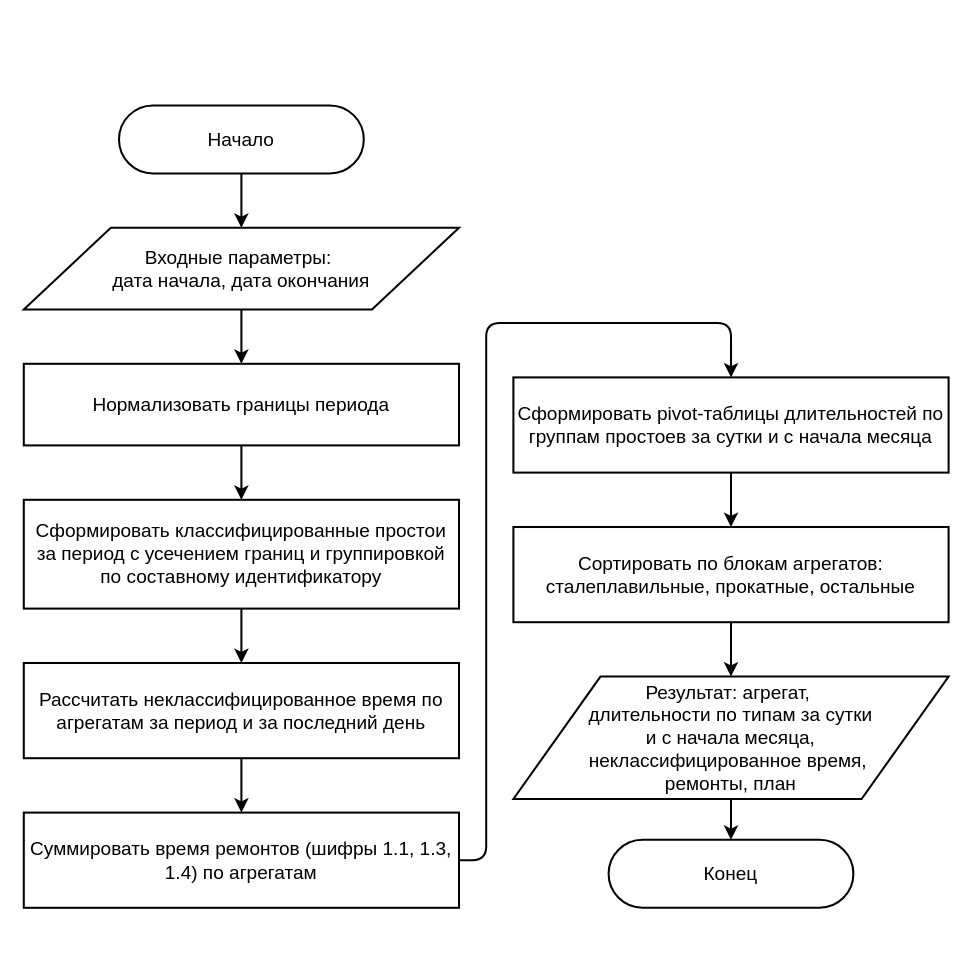
Above: page "Page-16" (16 of 21) of diagrams/Untitled Diagram.drawio in KhasanovAMdev/MyDiagrams (draw.io), before the change. Source tidied: cells renumbered, new cells numbered last; positions are measured from the earlier drawing's top-left corner, leaving out a move shared by most shapes. Both pictures are drawn from the tidied source at 136%, with x=0, y=0 at pixel (23, 105).
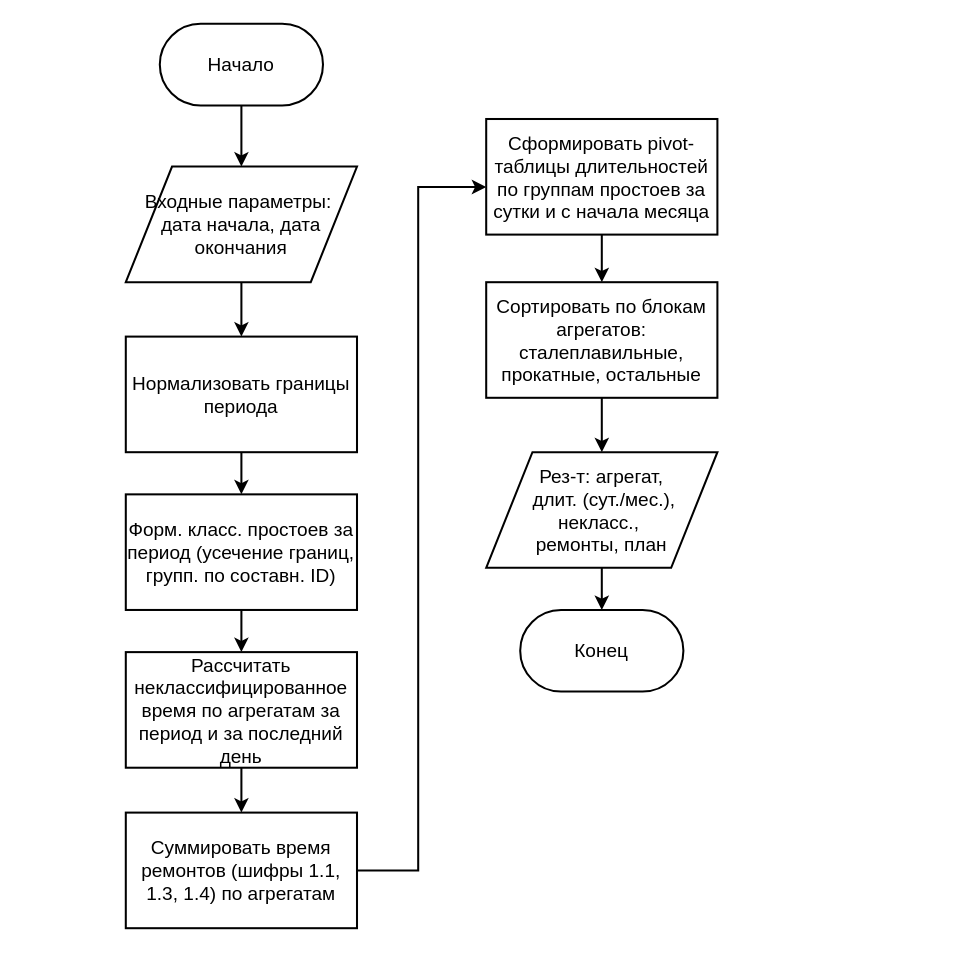
The same page after the edit.

Diff of the diagram source:
```diff
@@
     <mxCell id="2" value="Начало" style="rounded=1;whiteSpace=wrap;html=1;arcSize=50;fillColor=#ffffff;strokeColor=#000000;strokeWidth=1.5;fontSize=14;" parent="1" vertex="1">
-      <mxGeometry x="70" width="180" height="50" as="geometry" />
+      <mxGeometry x="100" y="-60" width="120" height="60" as="geometry" />
     </mxCell>
     <mxCell id="3" value="Входные параметры:&amp;nbsp;&lt;div&gt;дата начала, дата окончания&lt;/div&gt;" style="shape=parallelogram;perimeter=parallelogramPerimeter;whiteSpace=wrap;html=1;fillColor=#ffffff;strokeColor=#000000;strokeWidth=1.5;fontSize=14;" parent="1" vertex="1">
-      <mxGeometry y="90" width="320" height="60" as="geometry" />
+      <mxGeometry x="75" y="45" width="170" height="85" as="geometry" />
     </mxCell>
     <mxCell id="4" value="Нормализовать границы периода" style="rounded=0;whiteSpace=wrap;html=1;fillColor=#ffffff;strokeColor=#000000;strokeWidth=1.5;fontSize=14;" parent="1" vertex="1">
-      <mxGeometry y="190" width="320" height="60" as="geometry" />
+      <mxGeometry x="75" y="170" width="170" height="85" as="geometry" />
     </mxCell>
-    <mxCell id="5" value="Сформировать классифицированные простои за период с усечением границ и группировкой по составному идентификатору" style="rounded=0;whiteSpace=wrap;html=1;fillColor=#ffffff;strokeColor=#000000;strokeWidth=1.5;fontSize=14;" parent="1" vertex="1">
-      <mxGeometry y="290" width="320" height="80" as="geometry" />
+    <mxCell id="5" value="Форм. класс. простоев за период (усечение границ, групп. по составн. ID)" style="rounded=0;whiteSpace=wrap;html=1;fillColor=#ffffff;strokeColor=#000000;strokeWidth=1.5;fontSize=14;" parent="1" vertex="1">
+      <mxGeometry x="75" y="286" width="170" height="85" as="geometry" />
     </mxCell>
     <mxCell id="6" value="Рассчитать неклассифицированное время по агрегатам за период и за последний день" style="rounded=0;whiteSpace=wrap;html=1;fillColor=#ffffff;strokeColor=#000000;strokeWidth=1.5;fontSize=14;" parent="1" vertex="1">
-      <mxGeometry y="410" width="320" height="70" as="geometry" />
+      <mxGeometry x="75" y="402" width="170" height="85" as="geometry" />
     </mxCell>
     <mxCell id="7" value="Суммировать время ремонтов (шифры 1.1, 1.3, 1.4) по агрегатам" style="rounded=0;whiteSpace=wrap;html=1;fillColor=#ffffff;strokeColor=#000000;strokeWidth=1.5;fontSize=14;" parent="1" vertex="1">
-      <mxGeometry y="520" width="320" height="70" as="geometry" />
+      <mxGeometry x="75" y="520" width="170" height="85" as="geometry" />
     </mxCell>
     <mxCell id="8" value="Сформировать pivot-таблицы длительностей по группам простоев за сутки и с начала месяца" style="rounded=0;whiteSpace=wrap;html=1;fillColor=#ffffff;strokeColor=#000000;strokeWidth=1.5;fontSize=14;" parent="1" vertex="1">
-      <mxGeometry x="360" y="200" width="320" height="70" as="geometry" />
+      <mxGeometry x="340" y="10" width="170" height="85" as="geometry" />
     </mxCell>
     <mxCell id="9" value="Сортировать по блокам агрегатов: сталеплавильные, прокатные, остальные" style="rounded=0;whiteSpace=wrap;html=1;fillColor=#ffffff;strokeColor=#000000;strokeWidth=1.5;fontSize=14;" parent="1" vertex="1">
-      <mxGeometry x="360" y="310" width="320" height="70" as="geometry" />
+      <mxGeometry x="340" y="130" width="170" height="85" as="geometry" />
     </mxCell>
-    <mxCell id="10" value="Результат: агрегат,&amp;nbsp;&lt;div&gt;длительности по&amp;nbsp;&lt;span style=&quot;background-color: transparent; color: light-dark(rgb(0, 0, 0), rgb(255, 255, 255));&quot;&gt;типам&amp;nbsp;&lt;/span&gt;&lt;span style=&quot;background-color: transparent; color: light-dark(rgb(0, 0, 0), rgb(255, 255, 255));&quot;&gt;за сутки&lt;/span&gt;&lt;/div&gt;&lt;div&gt;&lt;span style=&quot;background-color: transparent; color: light-dark(rgb(0, 0, 0), rgb(255, 255, 255));&quot;&gt;&amp;nbsp;и с начала месяца,&amp;nbsp;&lt;/span&gt;&lt;/div&gt;&lt;div&gt;&lt;span style=&quot;background-color: transparent; color: light-dark(rgb(0, 0, 0), rgb(255, 255, 255));&quot;&gt;неклассифицированное время,&amp;nbsp;&lt;/span&gt;&lt;/div&gt;&lt;div&gt;&lt;span style=&quot;background-color: transparent; color: light-dark(rgb(0, 0, 0), rgb(255, 255, 255));&quot;&gt;ремонты, план&lt;/span&gt;&lt;/div&gt;" style="shape=parallelogram;perimeter=parallelogramPerimeter;whiteSpace=wrap;html=1;fillColor=#ffffff;strokeColor=#000000;strokeWidth=1.5;fontSize=14;" parent="1" vertex="1">
-      <mxGeometry x="360" y="420" width="320" height="90" as="geometry" />
+    <mxCell id="10" value="Рез-т: агрегат,&lt;div&gt;&amp;nbsp;длит. (сут./мес.), некласс.,&amp;nbsp;&lt;/div&gt;&lt;div&gt;ремонты, план&lt;/div&gt;" style="shape=parallelogram;perimeter=parallelogramPerimeter;whiteSpace=wrap;html=1;fillColor=#ffffff;strokeColor=#000000;strokeWidth=1.5;fontSize=14;" parent="1" vertex="1">
+      <mxGeometry x="340" y="255" width="170" height="85" as="geometry" />
     </mxCell>
     <mxCell id="11" value="Конец" style="rounded=1;whiteSpace=wrap;html=1;arcSize=50;fillColor=#ffffff;strokeColor=#000000;strokeWidth=1.5;fontSize=14;" parent="1" vertex="1">
-      <mxGeometry x="430" y="540" width="180" height="50" as="geometry" />
+      <mxGeometry x="365" y="371" width="120" height="60" as="geometry" />
     </mxCell>
-    <mxCell id="12" style="edgeStyle=orthogonalEdgeStyle;html=1;strokeWidth=1.5;endArrow=classic;fontSize=14;endFill=1;" parent="1" edge="1" source="2" target="3">
+    <mxCell id="12" style="edgeStyle=orthogonalEdgeStyle;rounded=0;html=1;strokeWidth=1.5;endArrow=classic;fontSize=14;endFill=1;" parent="1" edge="1" source="2" target="3">
       <mxGeometry relative="1" as="geometry" />
     </mxCell>
-    <mxCell id="13" style="edgeStyle=orthogonalEdgeStyle;html=1;strokeWidth=1.5;endArrow=classic;fontSize=14;endFill=1;" parent="1" edge="1" source="3" target="4">
+    <mxCell id="13" style="edgeStyle=orthogonalEdgeStyle;rounded=0;html=1;strokeWidth=1.5;endArrow=classic;fontSize=14;endFill=1;" parent="1" edge="1" source="3" target="4">
       <mxGeometry relative="1" as="geometry" />
     </mxCell>
-    <mxCell id="14" style="edgeStyle=orthogonalEdgeStyle;html=1;strokeWidth=1.5;endArrow=classic;fontSize=14;endFill=1;" parent="1" edge="1" source="4" target="5">
+    <mxCell id="14" style="edgeStyle=orthogonalEdgeStyle;rounded=0;html=1;strokeWidth=1.5;endArrow=classic;fontSize=14;endFill=1;" parent="1" edge="1" source="4" target="5">
       <mxGeometry relative="1" as="geometry" />
     </mxCell>
-    <mxCell id="15" style="edgeStyle=orthogonalEdgeStyle;html=1;strokeWidth=1.5;endArrow=classic;fontSize=14;endFill=1;" parent="1" edge="1" source="5" target="6">
+    <mxCell id="15" style="edgeStyle=orthogonalEdgeStyle;rounded=0;html=1;strokeWidth=1.5;endArrow=classic;fontSize=14;endFill=1;" parent="1" edge="1" source="5" target="6">
       <mxGeometry relative="1" as="geometry" />
     </mxCell>
-    <mxCell id="16" style="edgeStyle=orthogonalEdgeStyle;html=1;strokeWidth=1.5;endArrow=classic;fontSize=14;endFill=1;" parent="1" edge="1" source="6" target="7">
+    <mxCell id="16" style="edgeStyle=orthogonalEdgeStyle;rounded=0;html=1;strokeWidth=1.5;endArrow=classic;fontSize=14;endFill=1;" parent="1" edge="1" source="6" target="7">
       <mxGeometry relative="1" as="geometry" />
     </mxCell>
-    <mxCell id="17" style="edgeStyle=orthogonalEdgeStyle;html=1;strokeWidth=1.5;endArrow=classic;fontSize=14;endFill=1;" parent="1" edge="1" source="7" target="8">
-      <mxGeometry x="0.06" relative="1" as="geometry">
+    <mxCell id="17" style="edgeStyle=orthogonalEdgeStyle;rounded=0;html=1;strokeWidth=1.5;endArrow=classic;fontSize=14;endFill=1;" parent="1" edge="1" source="7" target="8">
+      <mxGeometry x="0.28" relative="1" as="geometry">
         <Array as="points">
-          <mxPoint x="340" y="555" />
-          <mxPoint x="340" y="160" />
-          <mxPoint x="520" y="160" />
+          <mxPoint x="290" y="562.5" />
+          <mxPoint x="290" y="60" />
         </Array>
       </mxGeometry>
     </mxCell>
-    <mxCell id="18" style="edgeStyle=orthogonalEdgeStyle;html=1;strokeWidth=1.5;endArrow=classic;fontSize=14;endFill=1;" parent="1" edge="1" source="8">
-      <mxGeometry relative="1" as="geometry">
-        <mxPoint x="520" y="310" as="targetPoint" />
-      </mxGeometry>
+    <mxCell id="18" style="edgeStyle=orthogonalEdgeStyle;rounded=0;html=1;strokeWidth=1.5;endArrow=classic;fontSize=14;endFill=1;" parent="1" edge="1" source="8" target="9">
+      <mxGeometry relative="1" as="geometry" />
     </mxCell>
-    <mxCell id="19" style="edgeStyle=orthogonalEdgeStyle;html=1;strokeWidth=1.5;endArrow=classic;fontSize=14;endFill=1;" parent="1" edge="1" source="9" target="10">
+    <mxCell id="19" style="edgeStyle=orthogonalEdgeStyle;rounded=0;html=1;strokeWidth=1.5;endArrow=classic;fontSize=14;endFill=1;" parent="1" edge="1" source="9" target="10">
       <mxGeometry relative="1" as="geometry" />
     </mxCell>
-    <mxCell id="20" style="edgeStyle=orthogonalEdgeStyle;html=1;strokeWidth=1.5;endArrow=classic;fontSize=14;endFill=1;" parent="1" edge="1" source="10" target="11">
+    <mxCell id="20" style="edgeStyle=orthogonalEdgeStyle;rounded=0;html=1;strokeWidth=1.5;endArrow=classic;fontSize=14;endFill=1;" parent="1" edge="1" source="10" target="11">
       <mxGeometry relative="1" as="geometry" />
     </mxCell>
```
